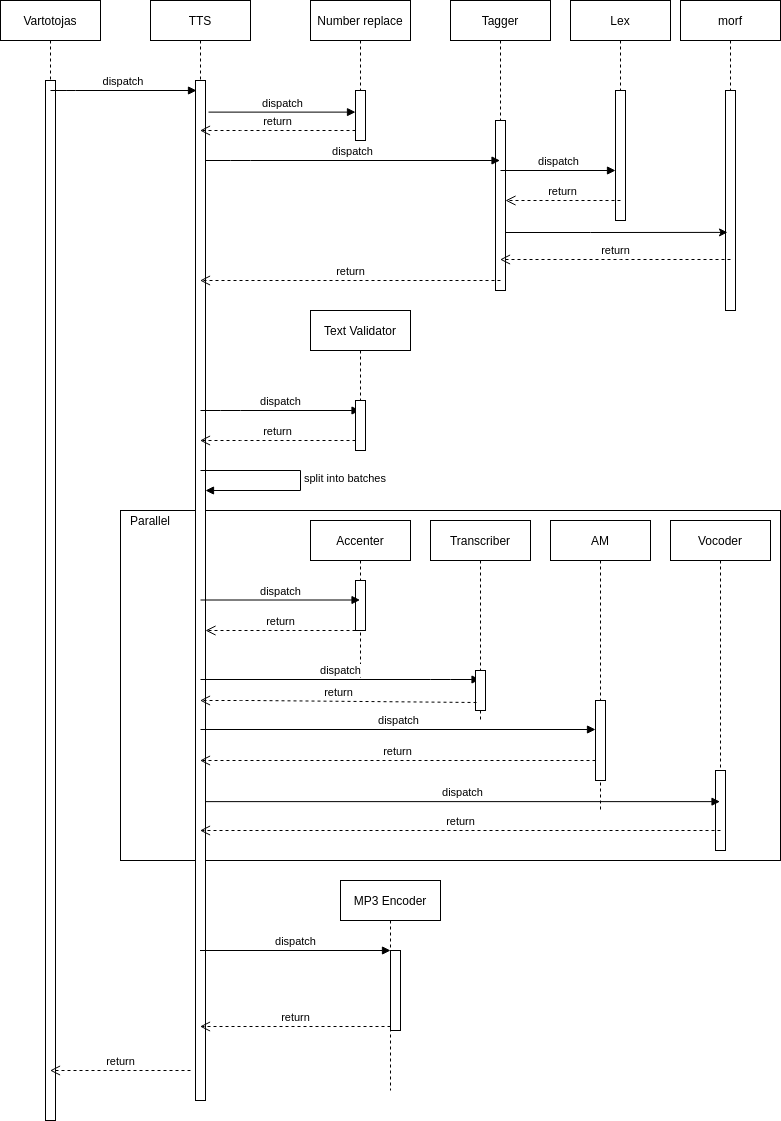
Before: info/tts.png, a diagram exported from draw.io (airenas/tts-line). Source tidied: cells renumbered, new cells last; positions are measured from the earlier drawing's top-left corner, leaving out a move shared by most shapes.
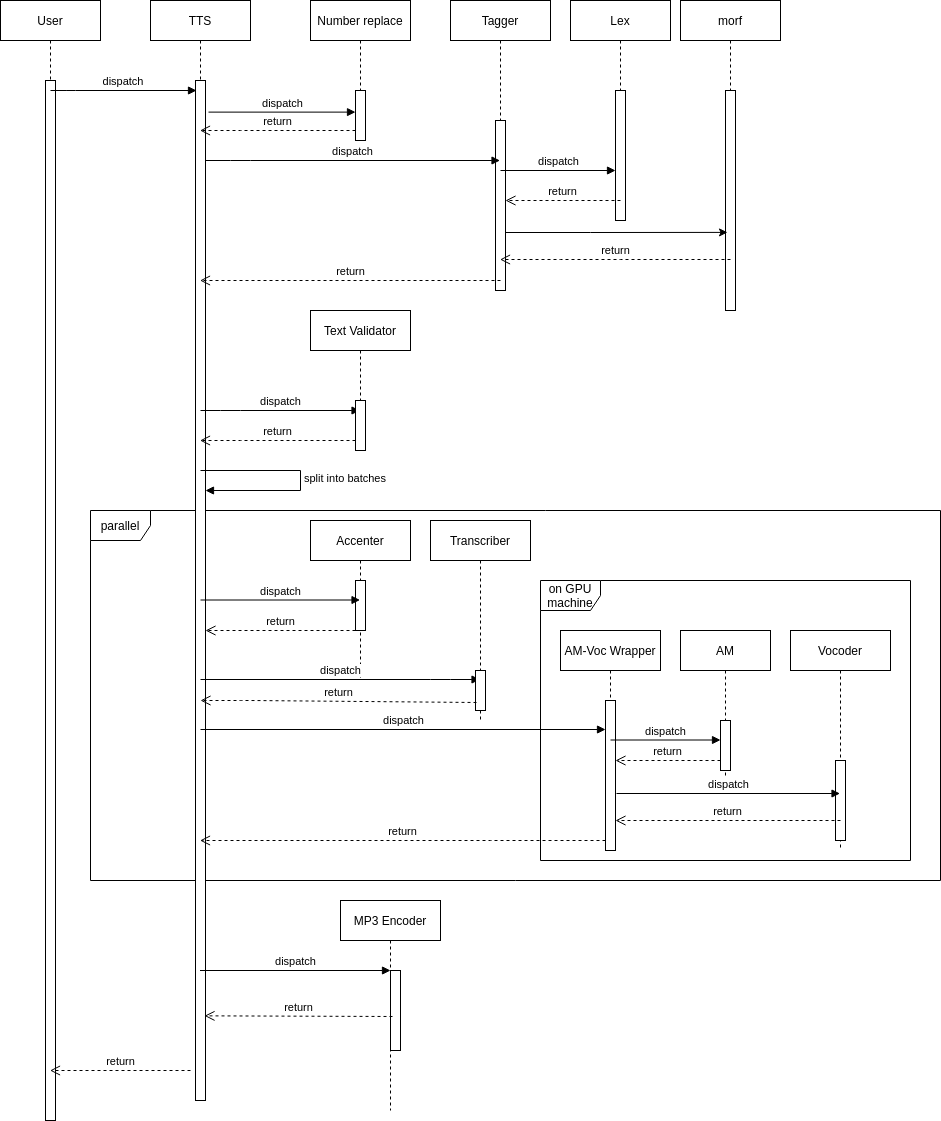
Later version of the same file.

What changed in the source:
```diff
@@ -2,16 +2,16 @@
   <root>
     <mxCell id="0" />
     <mxCell id="1" parent="0" />
-    <mxCell id="2" style="html=1;" parent="1" vertex="1">
-      <mxGeometry x="120" y="510" width="660" height="350" as="geometry" />
-    </mxCell>
+    <mxCell id="51" value="parallel" style="shape=umlFrame;whiteSpace=wrap;html=1;" parent="1" vertex="1">
+      <mxGeometry x="90" y="510" width="850" height="370" as="geometry" />
+    </mxCell>
     <mxCell id="3" value="Number replace" style="shape=umlLifeline;perimeter=lifelinePerimeter;rounded=0;shadow=0;strokeWidth=1;" parent="1" vertex="1">
       <mxGeometry x="310" width="100" height="140" as="geometry" />
     </mxCell>
     <mxCell id="4" style="points=[];perimeter=orthogonalPerimeter;rounded=0;shadow=0;strokeWidth=1;" parent="3" vertex="1">
       <mxGeometry x="45" y="90" width="10" height="50" as="geometry" />
     </mxCell>
-    <mxCell id="5" value="Vartotojas" style="shape=umlLifeline;perimeter=lifelinePerimeter;rounded=0;shadow=0;strokeWidth=1;" parent="1" vertex="1">
+    <mxCell id="5" value="User" style="shape=umlLifeline;perimeter=lifelinePerimeter;rounded=0;shadow=0;strokeWidth=1;" parent="1" vertex="1">
       <mxGeometry width="100" height="1120" as="geometry" />
     </mxCell>
     <mxCell id="6" style="perimeter=orthogonalPerimeter;rounded=0;shadow=0;strokeWidth=1;" parent="5" vertex="1">
@@ -141,13 +141,16 @@
       <mxGeometry x="430" y="520" width="100" height="200" as="geometry" />
     </mxCell>
     <mxCell id="32" value="AM" style="shape=umlLifeline;perimeter=lifelinePerimeter;whiteSpace=wrap;html=1;" parent="1" vertex="1">
-      <mxGeometry x="550" y="520" width="100" height="290" as="geometry" />
+      <mxGeometry x="680" y="630" width="90" height="150" as="geometry" />
     </mxCell>
+    <mxCell id="52" style="html=1;points=[];perimeter=orthogonalPerimeter;" parent="32" vertex="1">
+      <mxGeometry x="40" y="90" width="10" height="50" as="geometry" />
+    </mxCell>
     <mxCell id="33" value="Vocoder" style="shape=umlLifeline;perimeter=lifelinePerimeter;whiteSpace=wrap;html=1;outlineConnect=0;" parent="1" vertex="1">
-      <mxGeometry x="670" y="520" width="100" height="330" as="geometry" />
+      <mxGeometry x="790" y="630" width="100" height="220" as="geometry" />
     </mxCell>
     <mxCell id="34" style="html=1;perimeter=orthogonalPerimeter;" parent="33" vertex="1">
-      <mxGeometry x="45" y="250" width="10" height="80" as="geometry" />
+      <mxGeometry x="45" y="130" width="10" height="80" as="geometry" />
     </mxCell>
     <mxCell id="35" value="dispatch" style="html=1;verticalAlign=bottom;endArrow=block;" parent="1" edge="1" target="31">
       <mxGeometry relative="1" as="geometry">
@@ -170,8 +173,9 @@
         <mxPoint x="355" y="630" as="sourcePoint" />
       </mxGeometry>
     </mxCell>
-    <mxCell id="39" value="return" style="html=1;verticalAlign=bottom;endArrow=open;dashed=1;endSize=8;exitX=0.1;exitY=0.8;exitDx=0;exitDy=0;exitPerimeter=0;" parent="1" edge="1" source="37" target="7">
+    <mxCell id="39" value="return" style="html=1;verticalAlign=bottom;endArrow=open;dashed=1;endSize=8;exitX=0.1;exitY=0.8;exitDx=0;exitDy=0;exitPerimeter=0;" parent="1" edge="1" source="37">
       <mxGeometry relative="1" as="geometry">
+        <mxPoint x="200" y="700" as="targetPoint" />
         <Array as="points">
           <mxPoint x="250" y="700" />
         </Array>
@@ -182,24 +186,18 @@
         <mxPoint x="200" y="729" as="sourcePoint" />
       </mxGeometry>
     </mxCell>
-    <mxCell id="41" value="dispatch" style="html=1;verticalAlign=bottom;endArrow=block;exitX=1;exitY=0.707;exitDx=0;exitDy=0;exitPerimeter=0;" parent="1" edge="1" source="8" target="33">
+    <mxCell id="41" value="dispatch" style="html=1;verticalAlign=bottom;endArrow=block;exitX=1.1;exitY=0.62;exitDx=0;exitDy=0;exitPerimeter=0;" parent="1" edge="1" source="42" target="33">
       <mxGeometry relative="1" as="geometry" />
     </mxCell>
-    <mxCell id="42" style="html=1;points=[];perimeter=orthogonalPerimeter;" parent="1" vertex="1">
-      <mxGeometry x="595" y="700" width="10" height="80" as="geometry" />
-    </mxCell>
-    <mxCell id="43" value="return" style="html=1;verticalAlign=bottom;endArrow=open;dashed=1;endSize=8;" parent="1" edge="1" target="7">
+    <mxCell id="43" value="return" style="html=1;verticalAlign=bottom;endArrow=open;dashed=1;endSize=8;" parent="1" edge="1" source="42" target="7">
       <mxGeometry relative="1" as="geometry">
-        <mxPoint x="595" y="760" as="sourcePoint" />
+        <Array as="points">
+          <mxPoint x="480" y="840" />
+        </Array>
       </mxGeometry>
     </mxCell>
-    <mxCell id="44" value="return" style="html=1;verticalAlign=bottom;endArrow=open;dashed=1;endSize=8;" parent="1" edge="1" target="7">
-      <mxGeometry relative="1" as="geometry">
-        <mxPoint x="720" y="830" as="sourcePoint" />
-      </mxGeometry>
-    </mxCell>
     <mxCell id="45" value="MP3 Encoder" style="shape=umlLifeline;perimeter=lifelinePerimeter;whiteSpace=wrap;html=1;" parent="1" vertex="1">
-      <mxGeometry x="340" y="880" width="100" height="210" as="geometry" />
+      <mxGeometry x="340" y="900" width="100" height="210" as="geometry" />
     </mxCell>
     <mxCell id="46" style="html=1;points=[];perimeter=orthogonalPerimeter;" parent="45" vertex="1">
       <mxGeometry x="50" y="70" width="10" height="80" as="geometry" />
@@ -207,7 +205,7 @@
     <mxCell id="47" value="dispatch" style="html=1;verticalAlign=bottom;endArrow=block;entryX=0;entryY=0;" parent="1" edge="1" source="7" target="46">
       <mxGeometry relative="1" as="geometry" />
     </mxCell>
-    <mxCell id="48" value="return" style="html=1;verticalAlign=bottom;endArrow=open;dashed=1;endSize=8;exitX=0;exitY=0.95;" parent="1" edge="1" source="46" target="7">
+    <mxCell id="48" value="return" style="html=1;verticalAlign=bottom;endArrow=open;dashed=1;endSize=8;exitX=0.2;exitY=0.575;exitDx=0;exitDy=0;exitPerimeter=0;entryX=0.9;entryY=0.917;entryDx=0;entryDy=0;entryPerimeter=0;" parent="1" edge="1" source="46" target="8">
       <mxGeometry relative="1" as="geometry" />
     </mxCell>
     <mxCell id="49" value="return" style="html=1;verticalAlign=bottom;endArrow=open;dashed=1;endSize=8;" parent="1" edge="1" target="5">
@@ -215,8 +213,29 @@
         <mxPoint x="190" y="1070" as="sourcePoint" />
       </mxGeometry>
     </mxCell>
-    <mxCell id="50" value="Parallel" style="text;html=1;strokeColor=none;fillColor=none;align=center;verticalAlign=middle;whiteSpace=wrap;rounded=0;" parent="1" vertex="1">
-      <mxGeometry x="130" y="510" width="40" height="20" as="geometry" />
-    </mxCell>
+    <mxCell id="53" value="AM-Voc Wrapper" style="shape=umlLifeline;perimeter=lifelinePerimeter;whiteSpace=wrap;html=1;" parent="1" vertex="1">
+      <mxGeometry x="560" y="630" width="100" height="220" as="geometry" />
+    </mxCell>
+    <mxCell id="42" style="html=1;points=[];perimeter=orthogonalPerimeter;" parent="53" vertex="1">
+      <mxGeometry x="45" y="70" width="10" height="150" as="geometry" />
+    </mxCell>
+    <mxCell id="54" value="dispatch" style="html=1;verticalAlign=bottom;endArrow=block;" parent="1" edge="1" target="52">
+      <mxGeometry relative="1" as="geometry">
+        <mxPoint x="610" y="739.5" as="sourcePoint" />
+      </mxGeometry>
+    </mxCell>
+    <mxCell id="55" value="return" style="html=1;verticalAlign=bottom;endArrow=open;dashed=1;endSize=8;" parent="1" edge="1" target="42">
+      <mxGeometry relative="1" as="geometry">
+        <mxPoint x="720" y="760" as="sourcePoint" />
+      </mxGeometry>
+    </mxCell>
+    <mxCell id="56" value="return" style="html=1;verticalAlign=bottom;endArrow=open;dashed=1;endSize=8;" parent="1" edge="1" target="42">
+      <mxGeometry relative="1" as="geometry">
+        <mxPoint x="840" y="820" as="sourcePoint" />
+      </mxGeometry>
+    </mxCell>
+    <mxCell id="57" value="on GPU machine" style="shape=umlFrame;whiteSpace=wrap;html=1;" parent="1" vertex="1">
+      <mxGeometry x="540" y="580" width="370" height="280" as="geometry" />
+    </mxCell>
   </root>
 </mxGraphModel>
```
